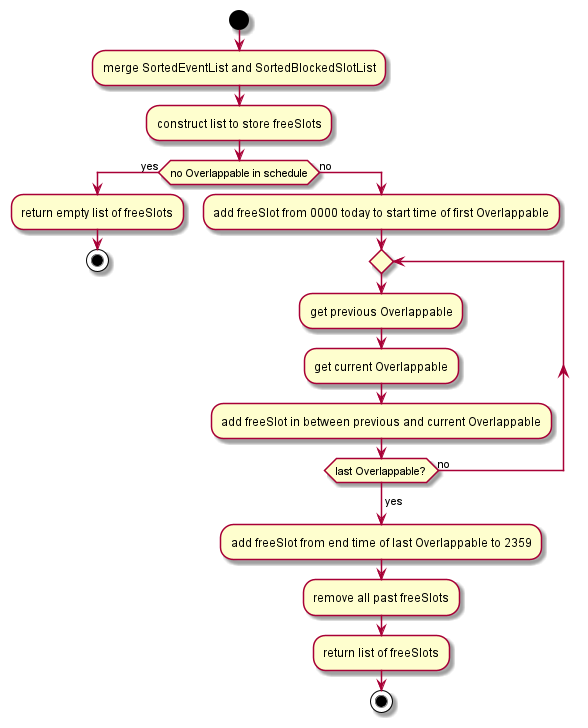
The PlantUML diagram docs/images/getFreeSlotsActivityDiagram.png in ruthpohrp/tp, before a commit.
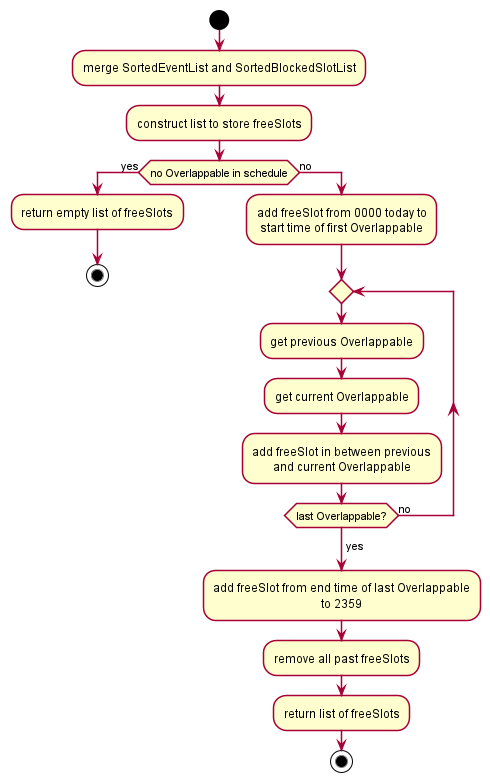
Above is the later version.

The edit, as a diff of the source:
```diff
@@ -1,5 +1,5 @@
 @startuml
-
+!include style.puml
 start
 :merge SortedEventList and SortedBlockedSlotList;
 :construct list to store freeSlots;
@@ -7,14 +7,14 @@
     :return empty list of freeSlots;
     stop
 else (no)
-    :add freeSlot from 0000 today to start time of first Overlappable;
+    :add freeSlot from 0000 today to\nstart time of first Overlappable;
     repeat
     :get previous Overlappable;
     :get current Overlappable;
-    :add freeSlot in between previous and current Overlappable;
+    :add freeSlot in between previous\nand current Overlappable;
     repeat while(last Overlappable?) is (no)
     ->yes;
-    :add freeSlot from end time of last Overlappable to 2359;
+    :add freeSlot from end time of last Overlappable\nto 2359;
     :remove all past freeSlots;
     :return list of freeSlots;
     stop
```
